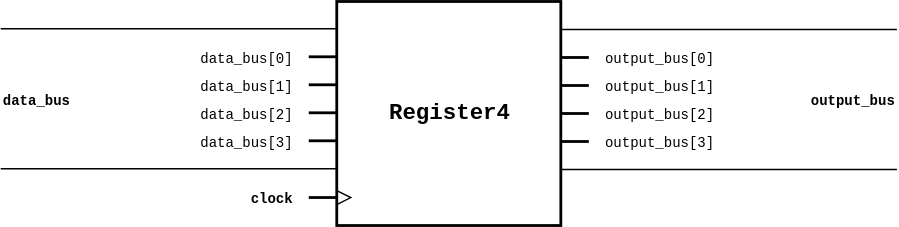
The draw.io diagram docs/images/schematics/storage/Register4.svg in jamesjiang52/Bitwise, before a commit. Source tidied: cells renumbered, new cells last; positions are measured from the earlier drawing's top-left corner, leaving out a move shared by most shapes.
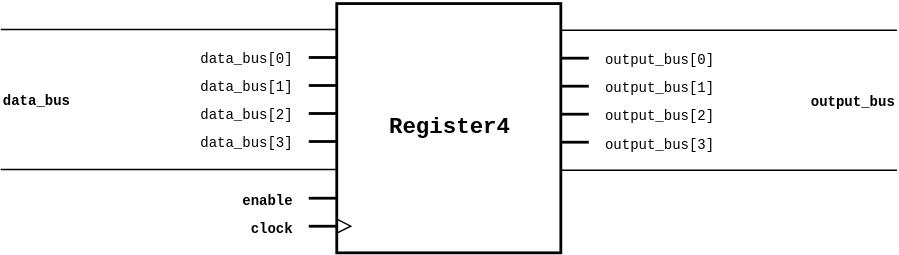
The same file after the commit.

What changed in the source:
```diff
@@ -3,127 +3,136 @@
     <mxCell id="0" />
     <mxCell id="1" parent="0" />
     <mxCell id="2" style="group;" parent="1" vertex="1">
-      <mxGeometry y="-0.5" width="640" height="160" as="geometry" />
+      <mxGeometry y="-0.5" width="640" height="180" as="geometry" />
     </mxCell>
-    <mxCell id="3" value="&lt;font face=&quot;Courier New&quot;&gt;&lt;font style=&quot;font-size: 10px&quot;&gt;data_bus[2]&lt;/font&gt;&lt;br&gt;&lt;/font&gt;" style="text;html=1;strokeColor=none;fillColor=none;align=right;verticalAlign=middle;whiteSpace=wrap;rounded=0;" parent="2" vertex="1">
-      <mxGeometry x="160" y="69.5" width="50" height="20" as="geometry" />
+    <mxCell id="3" style="rounded=0;whiteSpace=wrap;html=1;strokeWidth=2;" parent="2" vertex="1">
+      <mxGeometry x="240" y="2" width="160" height="178" as="geometry" />
     </mxCell>
-    <mxCell id="4" value="&lt;font face=&quot;Courier New&quot;&gt;&lt;font style=&quot;font-size: 10px&quot;&gt;data_bus[1]&lt;/font&gt;&lt;br&gt;&lt;/font&gt;" style="text;html=1;strokeColor=none;fillColor=none;align=right;verticalAlign=middle;whiteSpace=wrap;rounded=0;" parent="2" vertex="1">
-      <mxGeometry x="160" y="49.5" width="50" height="20" as="geometry" />
+    <mxCell id="4" value="&lt;font face=&quot;Courier New&quot;&gt;&lt;font style=&quot;font-size: 10px&quot;&gt;data_bus[2]&lt;/font&gt;&lt;br&gt;&lt;/font&gt;" style="text;html=1;strokeColor=none;fillColor=none;align=right;verticalAlign=middle;whiteSpace=wrap;rounded=0;" parent="2" vertex="1">
+      <mxGeometry x="160" y="70.5" width="50" height="20" as="geometry" />
     </mxCell>
-    <mxCell id="5" style="rounded=0;whiteSpace=wrap;html=1;strokeWidth=2;" parent="2" vertex="1">
-      <mxGeometry x="240" width="160" height="160" as="geometry" />
+    <mxCell id="5" value="&lt;font face=&quot;Courier New&quot;&gt;&lt;font style=&quot;font-size: 10px&quot;&gt;data_bus[1]&lt;/font&gt;&lt;br&gt;&lt;/font&gt;" style="text;html=1;strokeColor=none;fillColor=none;align=right;verticalAlign=middle;whiteSpace=wrap;rounded=0;" parent="2" vertex="1">
+      <mxGeometry x="160" y="50.5" width="50" height="20" as="geometry" />
     </mxCell>
     <mxCell id="6" style="endArrow=none;html=1;strokeWidth=2;" parent="2" edge="1">
       <mxGeometry relative="1" as="geometry">
-        <mxPoint x="220" y="39.5" as="sourcePoint" />
-        <mxPoint x="240" y="39.5" as="targetPoint" />
+        <mxPoint x="220" y="40.5" as="sourcePoint" />
+        <mxPoint x="240" y="40.5" as="targetPoint" />
       </mxGeometry>
     </mxCell>
     <mxCell id="7" style="endArrow=none;html=1;strokeWidth=2;" parent="2" edge="1">
       <mxGeometry relative="1" as="geometry">
-        <mxPoint x="400" y="100" as="sourcePoint" />
-        <mxPoint x="420" y="100" as="targetPoint" />
+        <mxPoint x="400" y="101" as="sourcePoint" />
+        <mxPoint x="420" y="101" as="targetPoint" />
       </mxGeometry>
     </mxCell>
     <mxCell id="8" value="&lt;font face=&quot;Courier New&quot;&gt;&lt;span style=&quot;font-size: 16px&quot;&gt;&lt;b&gt;Register4&lt;/b&gt;&lt;/span&gt;&lt;/font&gt;&lt;br&gt;" style="text;html=1;strokeColor=none;fillColor=none;align=center;verticalAlign=middle;whiteSpace=wrap;rounded=0;" parent="2" vertex="1">
-      <mxGeometry x="240" width="160" height="160" as="geometry" />
+      <mxGeometry x="240" width="160" height="180" as="geometry" />
     </mxCell>
     <mxCell id="9" value="&lt;font face=&quot;Courier New&quot;&gt;&lt;font style=&quot;font-size: 10px&quot;&gt;data_bus[0]&lt;/font&gt;&lt;br&gt;&lt;/font&gt;" style="text;html=1;strokeColor=none;fillColor=none;align=right;verticalAlign=middle;whiteSpace=wrap;rounded=0;" parent="2" vertex="1">
-      <mxGeometry x="160" y="29.5" width="50" height="20" as="geometry" />
+      <mxGeometry x="160" y="30.5" width="50" height="20" as="geometry" />
     </mxCell>
     <mxCell id="10" value="&lt;font face=&quot;Courier New&quot; style=&quot;font-size: 10px&quot;&gt;output_bus[0]&lt;/font&gt;" style="text;html=1;strokeColor=none;fillColor=none;align=left;verticalAlign=middle;whiteSpace=wrap;rounded=0;" parent="2" vertex="1">
-      <mxGeometry x="430" y="30" width="80" height="20" as="geometry" />
+      <mxGeometry x="430" y="31" width="80" height="20" as="geometry" />
     </mxCell>
     <mxCell id="11" style="endArrow=none;html=1;strokeWidth=2;" parent="2" edge="1">
       <mxGeometry relative="1" as="geometry">
-        <mxPoint x="220" y="59.5" as="sourcePoint" />
-        <mxPoint x="240" y="59.5" as="targetPoint" />
+        <mxPoint x="220" y="60.5" as="sourcePoint" />
+        <mxPoint x="240" y="60.5" as="targetPoint" />
       </mxGeometry>
     </mxCell>
     <mxCell id="12" style="endArrow=none;html=1;" parent="2" edge="1">
       <mxGeometry relative="1" as="geometry">
-        <mxPoint y="119.5" as="sourcePoint" />
-        <mxPoint x="240" y="119.5" as="targetPoint" />
+        <mxPoint y="120.5" as="sourcePoint" />
+        <mxPoint x="240" y="120.5" as="targetPoint" />
       </mxGeometry>
     </mxCell>
     <mxCell id="13" style="endArrow=none;html=1;strokeWidth=2;" parent="2" edge="1">
       <mxGeometry relative="1" as="geometry">
-        <mxPoint x="220" y="79.5" as="sourcePoint" />
-        <mxPoint x="240" y="79.5" as="targetPoint" />
+        <mxPoint x="220" y="80.5" as="sourcePoint" />
+        <mxPoint x="240" y="80.5" as="targetPoint" />
       </mxGeometry>
     </mxCell>
     <mxCell id="14" style="endArrow=none;html=1;strokeWidth=2;" parent="2" edge="1">
       <mxGeometry relative="1" as="geometry">
-        <mxPoint x="220" y="99.5" as="sourcePoint" />
-        <mxPoint x="240" y="99.5" as="targetPoint" />
+        <mxPoint x="220" y="100.5" as="sourcePoint" />
+        <mxPoint x="240" y="100.5" as="targetPoint" />
       </mxGeometry>
     </mxCell>
     <mxCell id="15" value="&lt;font face=&quot;Courier New&quot;&gt;&lt;font style=&quot;font-size: 10px&quot;&gt;data_bus[3]&lt;/font&gt;&lt;br&gt;&lt;/font&gt;" style="text;html=1;strokeColor=none;fillColor=none;align=right;verticalAlign=middle;whiteSpace=wrap;rounded=0;" parent="2" vertex="1">
-      <mxGeometry x="160" y="89.5" width="50" height="20" as="geometry" />
+      <mxGeometry x="160" y="90.5" width="50" height="20" as="geometry" />
     </mxCell>
     <mxCell id="16" style="endArrow=none;html=1;" parent="2" edge="1">
       <mxGeometry relative="1" as="geometry">
-        <mxPoint y="19.5" as="sourcePoint" />
-        <mxPoint x="240" y="19.5" as="targetPoint" />
+        <mxPoint y="20.5" as="sourcePoint" />
+        <mxPoint x="240" y="20.5" as="targetPoint" />
       </mxGeometry>
     </mxCell>
     <mxCell id="17" value="&lt;b&gt;&lt;font face=&quot;Courier New&quot; style=&quot;font-size: 10px&quot;&gt;data_bus&lt;/font&gt;&lt;/b&gt;" style="text;html=1;strokeColor=none;fillColor=none;align=left;verticalAlign=middle;whiteSpace=wrap;rounded=0;" parent="2" vertex="1">
-      <mxGeometry y="59.5" width="70" height="20" as="geometry" />
+      <mxGeometry y="60.5" width="70" height="20" as="geometry" />
     </mxCell>
     <mxCell id="18" style="endArrow=none;html=1;strokeWidth=2;" parent="2" edge="1">
       <mxGeometry relative="1" as="geometry">
-        <mxPoint x="400" y="40" as="sourcePoint" />
-        <mxPoint x="420" y="40" as="targetPoint" />
+        <mxPoint x="400" y="41" as="sourcePoint" />
+        <mxPoint x="420" y="41" as="targetPoint" />
       </mxGeometry>
     </mxCell>
     <mxCell id="19" style="endArrow=none;html=1;strokeWidth=2;" parent="2" edge="1">
       <mxGeometry relative="1" as="geometry">
-        <mxPoint x="400" y="60" as="sourcePoint" />
-        <mxPoint x="420" y="60" as="targetPoint" />
+        <mxPoint x="400" y="61" as="sourcePoint" />
+        <mxPoint x="420" y="61" as="targetPoint" />
       </mxGeometry>
     </mxCell>
     <mxCell id="20" style="endArrow=none;html=1;strokeWidth=2;" parent="2" edge="1">
       <mxGeometry relative="1" as="geometry">
-        <mxPoint x="400" y="80" as="sourcePoint" />
-        <mxPoint x="420" y="80" as="targetPoint" />
+        <mxPoint x="400" y="81" as="sourcePoint" />
+        <mxPoint x="420" y="81" as="targetPoint" />
       </mxGeometry>
     </mxCell>
     <mxCell id="21" value="&lt;font face=&quot;Courier New&quot; style=&quot;font-size: 10px&quot;&gt;output_bus[1]&lt;/font&gt;" style="text;html=1;strokeColor=none;fillColor=none;align=left;verticalAlign=middle;whiteSpace=wrap;rounded=0;" parent="2" vertex="1">
-      <mxGeometry x="430" y="50" width="80" height="20" as="geometry" />
+      <mxGeometry x="430" y="51" width="80" height="20" as="geometry" />
     </mxCell>
     <mxCell id="22" value="&lt;font face=&quot;Courier New&quot; style=&quot;font-size: 10px&quot;&gt;output_bus[2]&lt;/font&gt;" style="text;html=1;strokeColor=none;fillColor=none;align=left;verticalAlign=middle;whiteSpace=wrap;rounded=0;" parent="2" vertex="1">
-      <mxGeometry x="430" y="70" width="80" height="20" as="geometry" />
+      <mxGeometry x="430" y="71" width="80" height="20" as="geometry" />
     </mxCell>
     <mxCell id="23" value="&lt;font face=&quot;Courier New&quot; style=&quot;font-size: 10px&quot;&gt;output_bus[3]&lt;/font&gt;" style="text;html=1;strokeColor=none;fillColor=none;align=left;verticalAlign=middle;whiteSpace=wrap;rounded=0;" parent="2" vertex="1">
-      <mxGeometry x="430" y="90" width="80" height="20" as="geometry" />
+      <mxGeometry x="430" y="91" width="80" height="20" as="geometry" />
     </mxCell>
     <mxCell id="24" style="endArrow=none;html=1;" parent="2" edge="1">
       <mxGeometry relative="1" as="geometry">
-        <mxPoint x="400" y="20" as="sourcePoint" />
-        <mxPoint x="640" y="20" as="targetPoint" />
+        <mxPoint x="400" y="21" as="sourcePoint" />
+        <mxPoint x="640" y="21" as="targetPoint" />
       </mxGeometry>
     </mxCell>
     <mxCell id="25" style="endArrow=none;html=1;" parent="2" edge="1">
       <mxGeometry relative="1" as="geometry">
-        <mxPoint x="400" y="120" as="sourcePoint" />
-        <mxPoint x="640" y="120" as="targetPoint" />
+        <mxPoint x="400" y="121" as="sourcePoint" />
+        <mxPoint x="640" y="121" as="targetPoint" />
       </mxGeometry>
     </mxCell>
     <mxCell id="26" value="&lt;b&gt;&lt;font face=&quot;Courier New&quot; style=&quot;font-size: 10px&quot;&gt;output_bus&lt;/font&gt;&lt;/b&gt;" style="text;html=1;strokeColor=none;fillColor=none;align=right;verticalAlign=middle;whiteSpace=wrap;rounded=0;" parent="2" vertex="1">
-      <mxGeometry x="570" y="60" width="70" height="20" as="geometry" />
+      <mxGeometry x="570" y="61" width="70" height="20" as="geometry" />
     </mxCell>
     <mxCell id="27" style="endArrow=none;html=1;strokeWidth=2;" parent="2" edge="1">
       <mxGeometry relative="1" as="geometry">
-        <mxPoint x="220" y="140" as="sourcePoint" />
-        <mxPoint x="240" y="140" as="targetPoint" />
+        <mxPoint x="220" y="161" as="sourcePoint" />
+        <mxPoint x="240" y="161" as="targetPoint" />
       </mxGeometry>
     </mxCell>
     <mxCell id="28" style="triangle;whiteSpace=wrap;html=1;fillColor=none;" parent="2" vertex="1">
-      <mxGeometry x="240" y="135" width="10" height="10" as="geometry" />
+      <mxGeometry x="240" y="156" width="10" height="10" as="geometry" />
     </mxCell>
     <mxCell id="29" value="&lt;font face=&quot;Courier New&quot;&gt;&lt;b&gt;&lt;font style=&quot;font-size: 10px&quot;&gt;clock&lt;/font&gt;&lt;/b&gt;&lt;br&gt;&lt;/font&gt;" style="text;html=1;strokeColor=none;fillColor=none;align=right;verticalAlign=middle;whiteSpace=wrap;rounded=0;" parent="2" vertex="1">
-      <mxGeometry x="160" y="130" width="50" height="20" as="geometry" />
+      <mxGeometry x="160" y="151" width="50" height="20" as="geometry" />
     </mxCell>
+    <mxCell id="30" style="endArrow=none;html=1;strokeWidth=2;" parent="2" edge="1">
+      <mxGeometry relative="1" as="geometry">
+        <mxPoint x="220" y="141" as="sourcePoint" />
+        <mxPoint x="240" y="141" as="targetPoint" />
+      </mxGeometry>
+    </mxCell>
+    <mxCell id="31" value="&lt;font face=&quot;Courier New&quot;&gt;&lt;b&gt;&lt;font style=&quot;font-size: 10px&quot;&gt;enable&lt;/font&gt;&lt;/b&gt;&lt;br&gt;&lt;/font&gt;" style="text;html=1;strokeColor=none;fillColor=none;align=right;verticalAlign=middle;whiteSpace=wrap;rounded=0;" parent="2" vertex="1">
+      <mxGeometry x="160" y="131" width="50" height="20" as="geometry" />
+    </mxCell>
   </root>
 </mxGraphModel>
```
